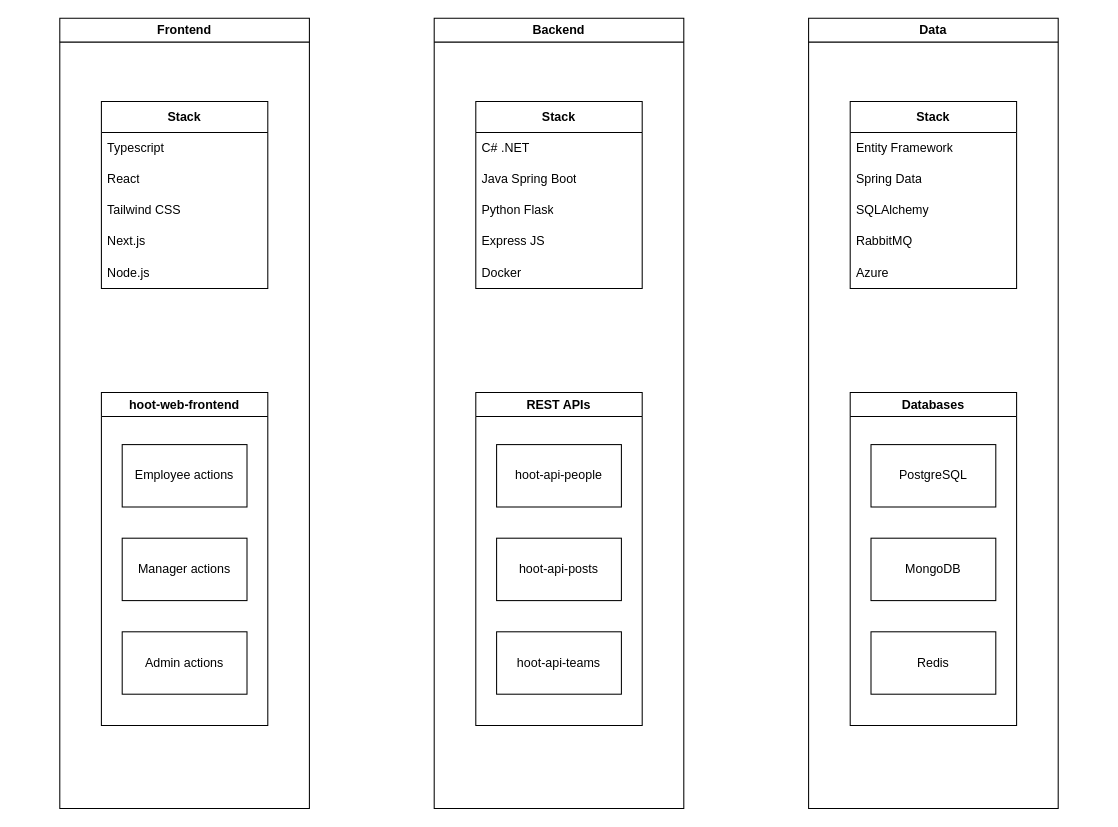
Above: diagram_architecture.drawio in chrisashwalker/hoot (draw.io), before the change. Source tidied: cells renumbered, new cells numbered last; positions are measured from the earlier drawing's top-left corner, leaving out a move shared by most shapes. Both pictures are drawn from the tidied source at 104%, with x=0, y=0 at pixel (59, 18).
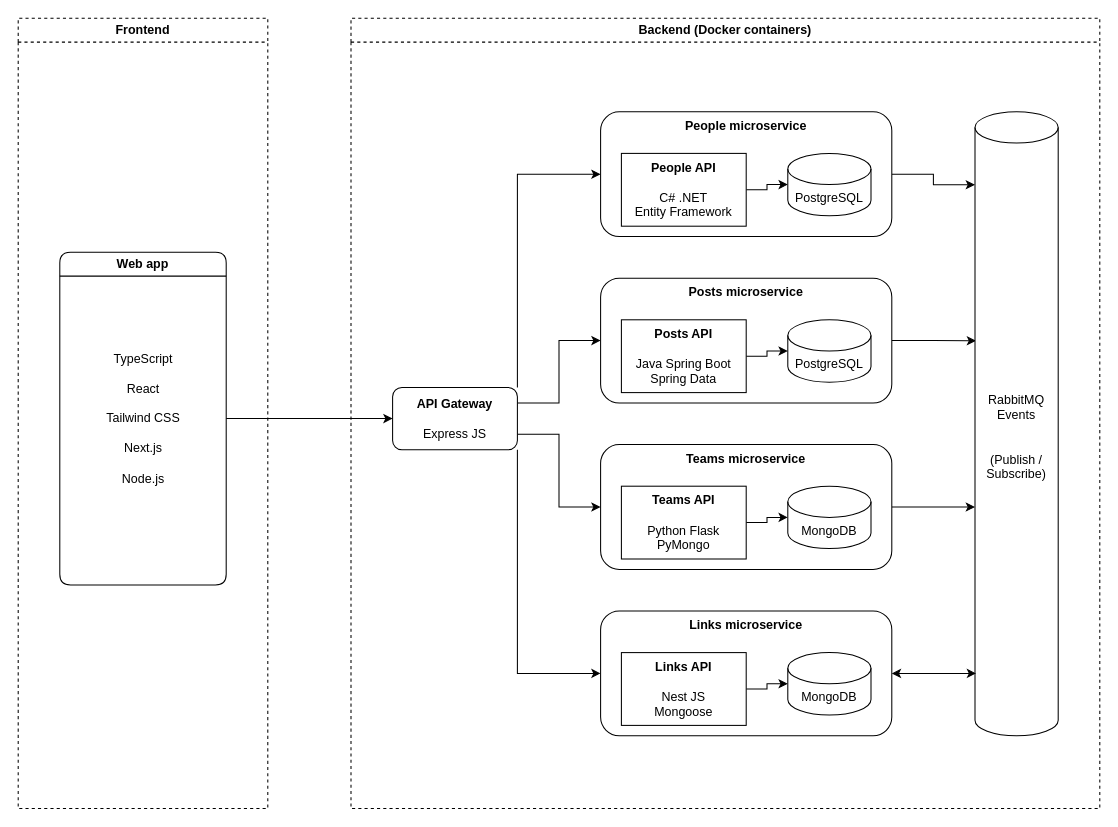
Above is the later version.

Commit message (it also covers changes not shown here):
Update system diagram

Change to the diagram source:
```diff
@@
-<mxGraphModel>
+<mxGraphModel background="#ffffff">
@@
-    <mxCell id="2" value="Frontend" style="swimlane;whiteSpace=wrap;html=1;" parent="1" vertex="1">
-      <mxGeometry width="240" height="760" as="geometry" />
+    <mxCell id="2" value="Frontend" style="swimlane;whiteSpace=wrap;html=1;dashed=1;rounded=0;glass=0;swimlaneLine=1;shadow=0;strokeColor=default;" parent="1" vertex="1">
+      <mxGeometry x="-40" width="240" height="760" as="geometry" />
     </mxCell>
-    <mxCell id="3" value="hoot-web-frontend" style="swimlane;whiteSpace=wrap;html=1;" parent="2" vertex="1">
-      <mxGeometry x="40" y="360" width="160" height="320" as="geometry" />
+    <mxCell id="3" value="Web app" style="swimlane;whiteSpace=wrap;html=1;rounded=1;" parent="2" vertex="1">
+      <mxGeometry x="40" y="225" width="160" height="320" as="geometry" />
     </mxCell>
-    <mxCell id="4" value="&lt;div&gt;Employee actions&lt;br&gt;&lt;/div&gt;" style="rounded=0;whiteSpace=wrap;html=1;" parent="3" vertex="1">
-      <mxGeometry x="20" y="50" width="120" height="60" as="geometry" />
-    </mxCell>
-    <mxCell id="5" value="&lt;div&gt;Manager actions&lt;br&gt;&lt;/div&gt;" style="rounded=0;whiteSpace=wrap;html=1;" parent="3" vertex="1">
-      <mxGeometry x="20" y="140" width="120" height="60" as="geometry" />
-    </mxCell>
-    <mxCell id="6" value="&lt;div&gt;Admin actions&lt;/div&gt;" style="rounded=0;whiteSpace=wrap;html=1;" parent="3" vertex="1">
-      <mxGeometry x="20" y="230" width="120" height="60" as="geometry" />
-    </mxCell>
-    <mxCell id="7" value="&lt;b&gt;Stack&lt;/b&gt;" style="swimlane;fontStyle=0;horizontal=1;startSize=30;whiteSpace=wrap;html=1;" parent="2" vertex="1">
-      <mxGeometry x="40" y="80" width="160" height="180" as="geometry" />
-    </mxCell>
-    <mxCell id="8" value="Typescript" style="text;strokeColor=none;fillColor=none;align=left;verticalAlign=middle;spacingLeft=4;spacingRight=4;overflow=hidden;whiteSpace=wrap;html=1;" parent="7" vertex="1">
-      <mxGeometry y="30" width="160" height="30" as="geometry" />
-    </mxCell>
-    <mxCell id="9" value="&lt;div&gt;React&lt;/div&gt;" style="text;strokeColor=none;fillColor=none;align=left;verticalAlign=middle;spacingLeft=4;spacingRight=4;overflow=hidden;whiteSpace=wrap;html=1;" parent="7" vertex="1">
-      <mxGeometry y="60" width="160" height="30" as="geometry" />
-    </mxCell>
-    <mxCell id="10" value="Tailwind CSS" style="text;strokeColor=none;fillColor=none;align=left;verticalAlign=middle;spacingLeft=4;spacingRight=4;overflow=hidden;whiteSpace=wrap;html=1;" parent="7" vertex="1">
-      <mxGeometry y="90" width="160" height="30" as="geometry" />
-    </mxCell>
-    <mxCell id="11" value="Next.js" style="text;strokeColor=none;fillColor=none;align=left;verticalAlign=middle;spacingLeft=4;spacingRight=4;overflow=hidden;whiteSpace=wrap;html=1;" parent="7" vertex="1">
-      <mxGeometry y="120" width="160" height="30" as="geometry" />
-    </mxCell>
-    <mxCell id="12" value="Node.js" style="text;strokeColor=none;fillColor=none;align=left;verticalAlign=middle;spacingLeft=4;spacingRight=4;overflow=hidden;whiteSpace=wrap;html=1;" parent="7" vertex="1">
-      <mxGeometry y="150" width="160" height="30" as="geometry" />
-    </mxCell>
+    <mxCell id="35" value="&lt;div&gt;TypeScript&lt;/div&gt;&lt;div&gt;&lt;br&gt;&lt;/div&gt;&lt;div&gt;React&lt;/div&gt;&lt;div&gt;&lt;br&gt;&lt;/div&gt;&lt;div&gt;Tailwind CSS&lt;/div&gt;&lt;div&gt;&lt;br&gt;&lt;/div&gt;&lt;div&gt;Next.js&lt;/div&gt;&lt;div&gt;&lt;br&gt;&lt;/div&gt;&lt;div&gt;Node.js&lt;/div&gt;" style="text;html=1;align=center;verticalAlign=middle;strokeColor=none;fillColor=none;spacing=2;spacingTop=0;spacingBottom=0;" parent="3" vertex="1">
+      <mxGeometry x="35" y="90" width="90" height="140" as="geometry" />
+    </mxCell>
-    <mxCell id="13" value="Backend" style="swimlane;whiteSpace=wrap;html=1;" parent="1" vertex="1">
-      <mxGeometry x="360" width="240" height="760" as="geometry" />
+    <mxCell id="13" value="Backend (Docker containers)" style="swimlane;whiteSpace=wrap;html=1;dashed=1;strokeColor=default;" parent="1" vertex="1">
+      <mxGeometry x="280" width="720" height="760" as="geometry" />
     </mxCell>
-    <mxCell id="14" value="&lt;b&gt;Stack&lt;/b&gt;" style="swimlane;fontStyle=0;horizontal=1;startSize=30;whiteSpace=wrap;html=1;" parent="13" vertex="1">
-      <mxGeometry x="40" y="80" width="160" height="180" as="geometry" />
-    </mxCell>
-    <mxCell id="15" value="C# .NET" style="text;strokeColor=none;fillColor=none;align=left;verticalAlign=middle;spacingLeft=4;spacingRight=4;overflow=hidden;whiteSpace=wrap;html=1;" parent="14" vertex="1">
-      <mxGeometry y="30" width="160" height="30" as="geometry" />
-    </mxCell>
-    <mxCell id="16" value="Java Spring Boot" style="text;strokeColor=none;fillColor=none;align=left;verticalAlign=middle;spacingLeft=4;spacingRight=4;overflow=hidden;whiteSpace=wrap;html=1;" parent="14" vertex="1">
-      <mxGeometry y="60" width="160" height="30" as="geometry" />
-    </mxCell>
-    <mxCell id="17" value="Python Flask" style="text;strokeColor=none;fillColor=none;align=left;verticalAlign=middle;spacingLeft=4;spacingRight=4;overflow=hidden;whiteSpace=wrap;html=1;" parent="14" vertex="1">
-      <mxGeometry y="90" width="160" height="30" as="geometry" />
-    </mxCell>
-    <mxCell id="18" value="&lt;div&gt;Express JS&lt;br&gt;&lt;/div&gt;" style="text;strokeColor=none;fillColor=none;align=left;verticalAlign=middle;spacingLeft=4;spacingRight=4;overflow=hidden;whiteSpace=wrap;html=1;" parent="14" vertex="1">
-      <mxGeometry y="120" width="160" height="30" as="geometry" />
-    </mxCell>
-    <mxCell id="19" value="Docker" style="text;strokeColor=none;fillColor=none;align=left;verticalAlign=middle;spacingLeft=4;spacingRight=4;overflow=hidden;whiteSpace=wrap;html=1;" parent="14" vertex="1">
-      <mxGeometry y="150" width="160" height="30" as="geometry" />
-    </mxCell>
-    <mxCell id="20" value="REST APIs" style="swimlane;whiteSpace=wrap;html=1;" parent="13" vertex="1">
-      <mxGeometry x="40" y="360" width="160" height="320" as="geometry" />
-    </mxCell>
-    <mxCell id="21" value="hoot-api-people" style="rounded=0;whiteSpace=wrap;html=1;" parent="20" vertex="1">
-      <mxGeometry x="20" y="50" width="120" height="60" as="geometry" />
-    </mxCell>
-    <mxCell id="22" value="hoot-api-posts" style="rounded=0;whiteSpace=wrap;html=1;" parent="20" vertex="1">
-      <mxGeometry x="20" y="140" width="120" height="60" as="geometry" />
-    </mxCell>
-    <mxCell id="23" value="&lt;div&gt;hoot-api-teams&lt;/div&gt;" style="rounded=0;whiteSpace=wrap;html=1;" parent="20" vertex="1">
-      <mxGeometry x="20" y="230" width="120" height="60" as="geometry" />
-    </mxCell>
-    <mxCell id="24" value="Data" style="swimlane;whiteSpace=wrap;html=1;" parent="1" vertex="1">
-      <mxGeometry x="720" width="240" height="760" as="geometry" />
-    </mxCell>
-    <mxCell id="25" value="&lt;b&gt;Stack&lt;/b&gt;" style="swimlane;fontStyle=0;horizontal=1;startSize=30;whiteSpace=wrap;html=1;" parent="24" vertex="1">
-      <mxGeometry x="40" y="80" width="160" height="180" as="geometry" />
-    </mxCell>
-    <mxCell id="26" value="Entity Framework" style="text;strokeColor=none;fillColor=none;align=left;verticalAlign=middle;spacingLeft=4;spacingRight=4;overflow=hidden;whiteSpace=wrap;html=1;" parent="25" vertex="1">
-      <mxGeometry y="30" width="160" height="30" as="geometry" />
-    </mxCell>
-    <mxCell id="27" value="Spring Data" style="text;strokeColor=none;fillColor=none;align=left;verticalAlign=middle;spacingLeft=4;spacingRight=4;overflow=hidden;whiteSpace=wrap;html=1;" parent="25" vertex="1">
-      <mxGeometry y="60" width="160" height="30" as="geometry" />
-    </mxCell>
-    <mxCell id="28" value="SQLAlchemy" style="text;strokeColor=none;fillColor=none;align=left;verticalAlign=middle;spacingLeft=4;spacingRight=4;overflow=hidden;whiteSpace=wrap;html=1;" parent="25" vertex="1">
-      <mxGeometry y="90" width="160" height="30" as="geometry" />
-    </mxCell>
-    <mxCell id="29" value="RabbitMQ" style="text;strokeColor=none;fillColor=none;align=left;verticalAlign=middle;spacingLeft=4;spacingRight=4;overflow=hidden;whiteSpace=wrap;html=1;" parent="25" vertex="1">
-      <mxGeometry y="120" width="160" height="30" as="geometry" />
-    </mxCell>
-    <mxCell id="30" value="Azure" style="text;strokeColor=none;fillColor=none;align=left;verticalAlign=middle;spacingLeft=4;spacingRight=4;overflow=hidden;whiteSpace=wrap;html=1;" parent="25" vertex="1">
-      <mxGeometry y="150" width="160" height="30" as="geometry" />
-    </mxCell>
-    <mxCell id="31" value="Databases" style="swimlane;whiteSpace=wrap;html=1;" parent="24" vertex="1">
-      <mxGeometry x="40" y="360" width="160" height="320" as="geometry" />
-    </mxCell>
-    <mxCell id="32" value="PostgreSQL" style="rounded=0;whiteSpace=wrap;html=1;" parent="31" vertex="1">
-      <mxGeometry x="20" y="50" width="120" height="60" as="geometry" />
-    </mxCell>
-    <mxCell id="33" value="MongoDB" style="rounded=0;whiteSpace=wrap;html=1;" parent="31" vertex="1">
-      <mxGeometry x="20" y="140" width="120" height="60" as="geometry" />
-    </mxCell>
-    <mxCell id="34" value="Redis" style="rounded=0;whiteSpace=wrap;html=1;" parent="31" vertex="1">
-      <mxGeometry x="20" y="230" width="120" height="60" as="geometry" />
-    </mxCell>
+    <mxCell id="36" style="edgeStyle=orthogonalEdgeStyle;rounded=0;jettySize=auto;html=1;exitX=1;exitY=0;exitDx=0;exitDy=0;entryX=0;entryY=0.5;entryDx=0;entryDy=0;" parent="13" edge="1" source="40" target="42">
+      <mxGeometry relative="1" as="geometry" />
+    </mxCell>
+    <mxCell id="37" style="edgeStyle=orthogonalEdgeStyle;rounded=0;jettySize=auto;html=1;exitX=1;exitY=1;exitDx=0;exitDy=0;entryX=0;entryY=0.5;entryDx=0;entryDy=0;" parent="13" edge="1" source="40" target="47">
+      <mxGeometry relative="1" as="geometry" />
+    </mxCell>
+    <mxCell id="38" style="edgeStyle=orthogonalEdgeStyle;rounded=0;jettySize=auto;html=1;exitX=1;exitY=0.75;exitDx=0;exitDy=0;entryX=0;entryY=0.5;entryDx=0;entryDy=0;" parent="13" edge="1" source="40" target="46">
+      <mxGeometry relative="1" as="geometry" />
+    </mxCell>
+    <mxCell id="39" style="edgeStyle=orthogonalEdgeStyle;rounded=0;jettySize=auto;html=1;exitX=1;exitY=0.25;exitDx=0;exitDy=0;entryX=0;entryY=0.5;entryDx=0;entryDy=0;" parent="13" edge="1" source="40" target="44">
+      <mxGeometry relative="1" as="geometry" />
+    </mxCell>
+    <mxCell id="40" value="&lt;div&gt;&lt;b&gt;API Gateway&lt;/b&gt;&lt;/div&gt;&lt;div&gt;&lt;br&gt;&lt;/div&gt;&lt;div&gt;Express JS&lt;br&gt;&lt;/div&gt;" style="rounded=1;whiteSpace=wrap;html=1;" parent="13" vertex="1">
+      <mxGeometry x="40" y="355" width="120" height="60" as="geometry" />
+    </mxCell>
+    <mxCell id="41" style="edgeStyle=orthogonalEdgeStyle;rounded=0;jettySize=auto;html=1;exitX=1;exitY=0.5;exitDx=0;exitDy=0;entryX=0;entryY=0.117;entryDx=0;entryDy=0;entryPerimeter=0;" parent="13" edge="1" source="42" target="60">
+      <mxGeometry relative="1" as="geometry" />
+    </mxCell>
+    <mxCell id="42" value="&lt;div&gt;&lt;b&gt;People microservice&lt;/b&gt;&lt;/div&gt;" style="rounded=1;whiteSpace=wrap;html=1;verticalAlign=top;" parent="13" vertex="1">
+      <mxGeometry x="240" y="90" width="280" height="120" as="geometry" />
+    </mxCell>
+    <mxCell id="43" style="edgeStyle=orthogonalEdgeStyle;rounded=0;jettySize=auto;html=1;exitX=1;exitY=0.5;exitDx=0;exitDy=0;entryX=0.013;entryY=0.367;entryDx=0;entryDy=0;entryPerimeter=0;" parent="13" edge="1" source="44" target="60">
+      <mxGeometry relative="1" as="geometry" />
+    </mxCell>
+    <mxCell id="44" value="&lt;b&gt;Posts microservice&lt;/b&gt;" style="rounded=1;whiteSpace=wrap;html=1;verticalAlign=top;" parent="13" vertex="1">
+      <mxGeometry x="240" y="250" width="280" height="120" as="geometry" />
+    </mxCell>
+    <mxCell id="45" style="edgeStyle=orthogonalEdgeStyle;rounded=0;jettySize=auto;html=1;exitX=1;exitY=0.5;exitDx=0;exitDy=0;" parent="13" edge="1" source="46">
+      <mxGeometry relative="1" as="geometry">
+        <mxPoint x="600" y="470" as="targetPoint" />
+      </mxGeometry>
+    </mxCell>
+    <mxCell id="46" value="&lt;b&gt;Teams microservice&lt;/b&gt;" style="rounded=1;whiteSpace=wrap;html=1;verticalAlign=top;" parent="13" vertex="1">
+      <mxGeometry x="240" y="410" width="280" height="120" as="geometry" />
+    </mxCell>
+    <mxCell id="47" value="&lt;b&gt;Links microservice&lt;/b&gt;" style="rounded=1;whiteSpace=wrap;html=1;verticalAlign=top;" parent="13" vertex="1">
+      <mxGeometry x="240" y="570" width="280" height="120" as="geometry" />
+    </mxCell>
+    <mxCell id="48" style="edgeStyle=orthogonalEdgeStyle;rounded=0;jettySize=auto;html=1;exitX=1;exitY=0.5;exitDx=0;exitDy=0;entryX=0;entryY=0.5;entryDx=0;entryDy=0;entryPerimeter=0;" parent="13" edge="1" source="49" target="56">
+      <mxGeometry relative="1" as="geometry" />
+    </mxCell>
+    <mxCell id="49" value="&lt;div&gt;&lt;b&gt;People API&lt;/b&gt;&lt;br&gt;&lt;/div&gt;&lt;div&gt;&lt;br&gt;&lt;/div&gt;&lt;div&gt;C# .NET&lt;/div&gt;&lt;div&gt;Entity Framework&lt;br&gt;&lt;/div&gt;" style="rounded=0;whiteSpace=wrap;html=1;" parent="13" vertex="1">
+      <mxGeometry x="260" y="130" width="120" height="70" as="geometry" />
+    </mxCell>
+    <mxCell id="50" style="edgeStyle=orthogonalEdgeStyle;rounded=0;jettySize=auto;html=1;exitX=1;exitY=0.5;exitDx=0;exitDy=0;entryX=0;entryY=0.5;entryDx=0;entryDy=0;entryPerimeter=0;" parent="13" edge="1" source="51" target="57">
+      <mxGeometry relative="1" as="geometry" />
+    </mxCell>
+    <mxCell id="51" value="&lt;div&gt;&lt;b&gt;Posts API&lt;br&gt;&lt;/b&gt;&lt;/div&gt;&lt;div&gt;&lt;b&gt;&lt;br&gt;&lt;/b&gt;&lt;/div&gt;&lt;div&gt;Java Spring Boot&lt;br&gt;&lt;/div&gt;&lt;div&gt;Spring Data&lt;br&gt;&lt;/div&gt;" style="rounded=0;whiteSpace=wrap;html=1;" parent="13" vertex="1">
+      <mxGeometry x="260" y="290" width="120" height="70" as="geometry" />
+    </mxCell>
+    <mxCell id="52" style="edgeStyle=orthogonalEdgeStyle;rounded=0;jettySize=auto;html=1;exitX=1;exitY=0.5;exitDx=0;exitDy=0;entryX=0;entryY=0.5;entryDx=0;entryDy=0;entryPerimeter=0;" parent="13" edge="1" source="53" target="58">
+      <mxGeometry relative="1" as="geometry" />
+    </mxCell>
+    <mxCell id="53" value="&lt;div&gt;&lt;b&gt;Teams API&lt;br&gt;&lt;/b&gt;&lt;/div&gt;&lt;div&gt;&lt;b&gt;&lt;br&gt;&lt;/b&gt;&lt;/div&gt;&lt;div&gt;Python Flask&lt;/div&gt;&lt;div&gt;PyMongo&lt;br&gt;&lt;/div&gt;" style="rounded=0;whiteSpace=wrap;html=1;" parent="13" vertex="1">
+      <mxGeometry x="260" y="450" width="120" height="70" as="geometry" />
+    </mxCell>
+    <mxCell id="54" style="edgeStyle=orthogonalEdgeStyle;rounded=0;jettySize=auto;html=1;exitX=1;exitY=0.5;exitDx=0;exitDy=0;entryX=0;entryY=0.5;entryDx=0;entryDy=0;entryPerimeter=0;" parent="13" edge="1" source="55" target="59">
+      <mxGeometry relative="1" as="geometry" />
+    </mxCell>
+    <mxCell id="55" value="&lt;div&gt;&lt;b&gt;Links API&lt;br&gt;&lt;/b&gt;&lt;/div&gt;&lt;div&gt;&lt;b&gt;&lt;br&gt;&lt;/b&gt;&lt;/div&gt;&lt;div&gt;Nest JS&lt;/div&gt;&lt;div&gt;Mongoose&lt;br&gt;&lt;/div&gt;" style="rounded=0;whiteSpace=wrap;html=1;" parent="13" vertex="1">
+      <mxGeometry x="260" y="610" width="120" height="70" as="geometry" />
+    </mxCell>
+    <mxCell id="56" value="PostgreSQL" style="shape=cylinder3;whiteSpace=wrap;html=1;boundedLbl=1;backgroundOutline=1;size=15;" parent="13" vertex="1">
+      <mxGeometry x="420" y="130" width="80" height="60" as="geometry" />
+    </mxCell>
+    <mxCell id="57" value="PostgreSQL" style="shape=cylinder3;whiteSpace=wrap;html=1;boundedLbl=1;backgroundOutline=1;size=15;" parent="13" vertex="1">
+      <mxGeometry x="420" y="290" width="80" height="60" as="geometry" />
+    </mxCell>
+    <mxCell id="58" value="MongoDB" style="shape=cylinder3;whiteSpace=wrap;html=1;boundedLbl=1;backgroundOutline=1;size=15;" parent="13" vertex="1">
+      <mxGeometry x="420" y="450" width="80" height="60" as="geometry" />
+    </mxCell>
+    <mxCell id="59" value="MongoDB" style="shape=cylinder3;whiteSpace=wrap;html=1;boundedLbl=1;backgroundOutline=1;size=15;" parent="13" vertex="1">
+      <mxGeometry x="420" y="610" width="80" height="60" as="geometry" />
+    </mxCell>
+    <mxCell id="60" value="&lt;div&gt;RabbitMQ Events&lt;/div&gt;&lt;div&gt;&lt;br&gt;&lt;/div&gt;&lt;div&gt;&lt;br&gt;&lt;/div&gt;&lt;div&gt;(Publish / Subscribe)&lt;br&gt;&lt;/div&gt;" style="shape=cylinder3;whiteSpace=wrap;html=1;boundedLbl=1;backgroundOutline=1;size=15;direction=east;rotation=0;" parent="13" vertex="1">
+      <mxGeometry x="600" y="90" width="80" height="600" as="geometry" />
+    </mxCell>
+    <mxCell id="61" style="endArrow=classic;startArrow=classic;html=1;rounded=0;entryX=0.013;entryY=0.9;entryDx=0;entryDy=0;entryPerimeter=0;exitX=1;exitY=0.5;exitDx=0;exitDy=0;" parent="13" edge="1" source="47" target="60">
+      <mxGeometry relative="1" as="geometry" />
+    </mxCell>
+    <mxCell id="62" style="edgeStyle=orthogonalEdgeStyle;rounded=0;jettySize=auto;html=1;exitX=1;exitY=0.5;exitDx=0;exitDy=0;entryX=0;entryY=0.5;entryDx=0;entryDy=0;" parent="1" edge="1" source="3" target="40">
+      <mxGeometry relative="1" as="geometry" />
+    </mxCell>
```
